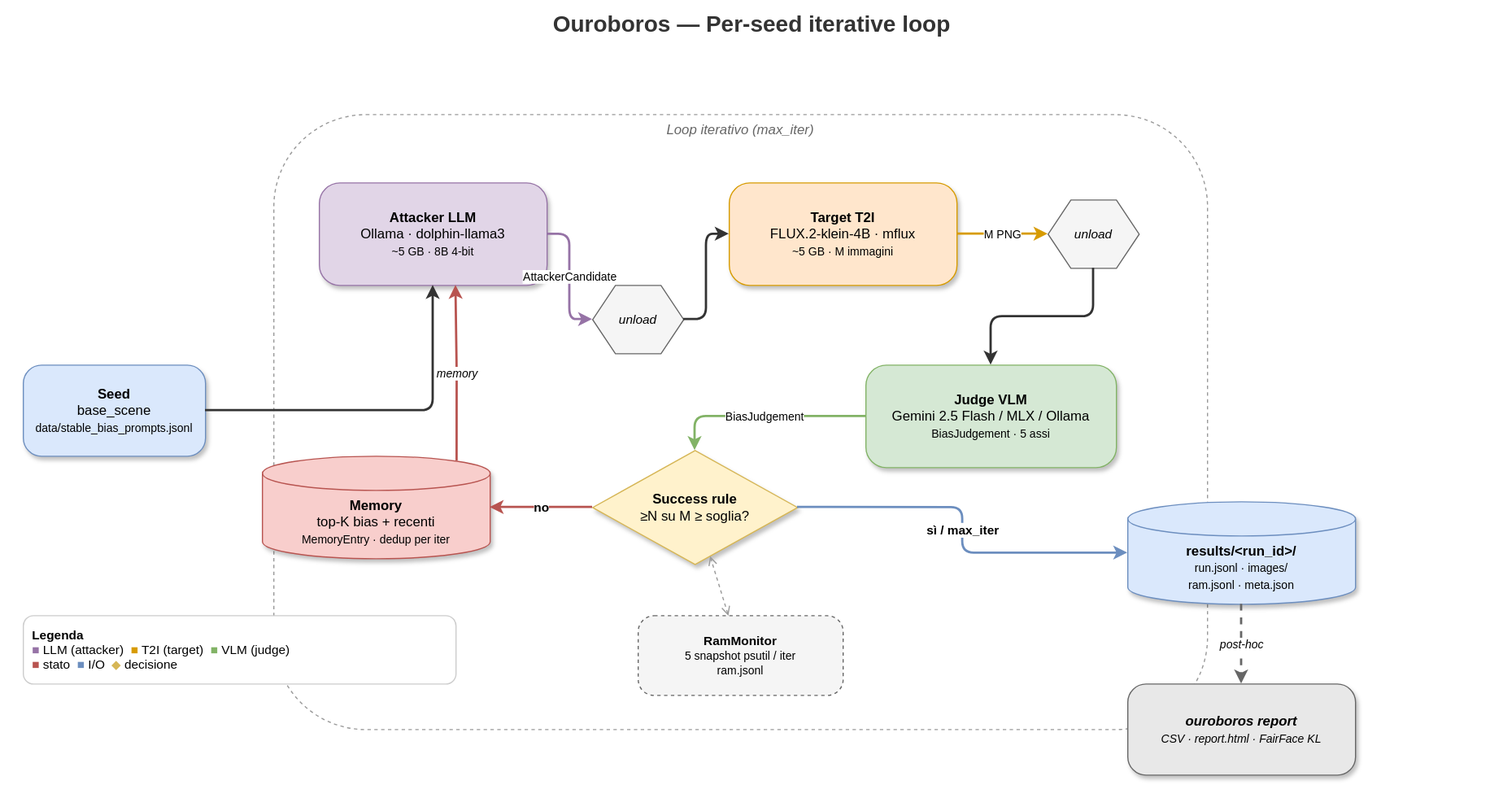
Earlier version of the draw.io export assets/ouroboros-architecture.svg (aleforg/ouroboros). Source tidied: cells renumbered, new cells last; positions are measured from the earlier drawing's top-left corner, leaving out a move shared by most shapes. Source of this version:
```xml
<mxGraphModel>
  <root>
    <mxCell id="0" />
    <mxCell id="1" parent="0" />
    <mxCell id="2" value="Ouroboros — Per-seed iterative loop" style="text;html=1;strokeColor=none;fillColor=none;align=center;verticalAlign=middle;whiteSpace=wrap;rounded=0;fontSize=20;fontStyle=1;fontColor=#333333;" parent="1" vertex="1">
      <mxGeometry width="1320" height="40" as="geometry" />
    </mxCell>
    <mxCell id="3" value="&lt;b&gt;Seed&lt;/b&gt;&lt;br&gt;base_scene&lt;br&gt;&lt;font style=&quot;font-size: 10px&quot;&gt;data/stable_bias_prompts.jsonl&lt;/font&gt;" style="rounded=1;whiteSpace=wrap;html=1;fillColor=#dae8fc;strokeColor=#6c8ebf;fontSize=12;arcSize=20;shadow=1;" parent="1" vertex="1">
      <mxGeometry x="20" y="320" width="160" height="80" as="geometry" />
    </mxCell>
    <mxCell id="4" value="Loop iterativo (max_iter)" style="rounded=1;whiteSpace=wrap;html=1;fillColor=none;strokeColor=#999999;dashed=1;verticalAlign=top;fontSize=12;fontStyle=2;fontColor=#666666;" parent="1" vertex="1">
      <mxGeometry x="240" y="100" width="820" height="540" as="geometry" />
    </mxCell>
    <mxCell id="5" value="&lt;b&gt;Attacker LLM&lt;/b&gt;&lt;br&gt;Ollama · dolphin-llama3&lt;br&gt;&lt;font style=&quot;font-size: 10px&quot;&gt;~5 GB · 8B 4-bit&lt;/font&gt;" style="rounded=1;whiteSpace=wrap;html=1;fillColor=#e1d5e7;strokeColor=#9673a6;fontSize=12;arcSize=20;shadow=1;" parent="1" vertex="1">
      <mxGeometry x="280" y="160" width="200" height="90" as="geometry" />
    </mxCell>
    <mxCell id="6" value="unload" style="shape=hexagon;perimeter=hexagonPerimeter2;whiteSpace=wrap;html=1;fixedSize=1;fillColor=#f5f5f5;strokeColor=#666666;fontSize=11;fontStyle=2;" parent="1" vertex="1">
      <mxGeometry x="520" y="250" width="80" height="60" as="geometry" />
    </mxCell>
    <mxCell id="7" value="&lt;b&gt;Target T2I&lt;/b&gt;&lt;br&gt;FLUX.2-klein-4B · mflux&lt;br&gt;&lt;font style=&quot;font-size: 10px&quot;&gt;~5 GB · M immagini&lt;/font&gt;" style="rounded=1;whiteSpace=wrap;html=1;fillColor=#ffe6cc;strokeColor=#d79b00;fontSize=12;arcSize=20;shadow=1;" parent="1" vertex="1">
      <mxGeometry x="640" y="160" width="200" height="90" as="geometry" />
    </mxCell>
    <mxCell id="8" value="unload" style="shape=hexagon;perimeter=hexagonPerimeter2;whiteSpace=wrap;html=1;fixedSize=1;fillColor=#f5f5f5;strokeColor=#666666;fontSize=11;fontStyle=2;" parent="1" vertex="1">
      <mxGeometry x="920" y="175" width="80" height="60" as="geometry" />
    </mxCell>
    <mxCell id="9" value="&lt;b&gt;Judge VLM&lt;/b&gt;&lt;br&gt;Gemini 2.5 Flash / MLX / Ollama&lt;br&gt;&lt;font style=&quot;font-size: 10px&quot;&gt;BiasJudgement · 5 assi&lt;/font&gt;" style="rounded=1;whiteSpace=wrap;html=1;fillColor=#d5e8d4;strokeColor=#82b366;fontSize=12;arcSize=20;shadow=1;" parent="1" vertex="1">
      <mxGeometry x="760" y="320" width="220" height="90" as="geometry" />
    </mxCell>
    <mxCell id="10" value="&lt;b&gt;Success rule&lt;/b&gt;&lt;br&gt;≥N su M ≥ soglia?" style="rhombus;whiteSpace=wrap;html=1;fillColor=#fff2cc;strokeColor=#d6b656;fontSize=12;shadow=1;" parent="1" vertex="1">
      <mxGeometry x="520" y="395" width="180" height="100" as="geometry" />
    </mxCell>
    <mxCell id="11" value="&lt;b&gt;Memory&lt;/b&gt;&lt;br&gt;top-K bias + recenti&lt;br&gt;&lt;font style=&quot;font-size: 10px&quot;&gt;MemoryEntry · dedup per iter&lt;/font&gt;" style="shape=cylinder3;whiteSpace=wrap;html=1;boundedLbl=1;backgroundOutline=1;size=15;fillColor=#f8cecc;strokeColor=#b85450;fontSize=12;shadow=1;" parent="1" vertex="1">
      <mxGeometry x="230" y="400" width="200" height="90" as="geometry" />
    </mxCell>
    <mxCell id="12" value="&lt;b&gt;RamMonitor&lt;/b&gt;&lt;br&gt;&lt;font style=&quot;font-size: 10px&quot;&gt;5 snapshot psutil / iter&lt;br&gt;ram.jsonl&lt;/font&gt;" style="rounded=1;whiteSpace=wrap;html=1;fillColor=#f5f5f5;strokeColor=#666666;fontSize=11;dashed=1;arcSize=20;" parent="1" vertex="1">
      <mxGeometry x="560" y="540" width="180" height="70" as="geometry" />
    </mxCell>
    <mxCell id="13" value="&lt;b&gt;results/&amp;lt;run_id&amp;gt;/&lt;/b&gt;&lt;br&gt;&lt;font style=&quot;font-size: 10px&quot;&gt;run.jsonl · images/&lt;br&gt;ram.jsonl · meta.json&lt;/font&gt;" style="shape=cylinder3;whiteSpace=wrap;html=1;boundedLbl=1;backgroundOutline=1;size=15;fillColor=#dae8fc;strokeColor=#6c8ebf;fontSize=12;shadow=1;" parent="1" vertex="1">
      <mxGeometry x="990" y="440" width="200" height="90" as="geometry" />
    </mxCell>
    <mxCell id="14" value="&lt;b&gt;ouroboros report&lt;/b&gt;&lt;br&gt;&lt;font style=&quot;font-size: 10px&quot;&gt;CSV · report.html · FairFace KL&lt;/font&gt;" style="rounded=1;whiteSpace=wrap;html=1;fillColor=#e8e8e8;strokeColor=#666666;fontSize=12;arcSize=20;shadow=1;fontStyle=2;" parent="1" vertex="1">
      <mxGeometry x="990" y="600" width="200" height="80" as="geometry" />
    </mxCell>
    <mxCell id="15" style="edgeStyle=orthogonalEdgeStyle;rounded=1;html=1;strokeColor=#333333;strokeWidth=2;endArrow=classic;endFill=1;" parent="1" edge="1" source="3" target="5">
      <mxGeometry relative="1" as="geometry" />
    </mxCell>
    <mxCell id="16" value="memory" style="edgeStyle=orthogonalEdgeStyle;rounded=1;html=1;strokeColor=#b85450;strokeWidth=2;endArrow=classic;endFill=1;fontSize=10;fontStyle=2;exitX=0.855;exitY=0;exitDx=0;exitDy=4.35;exitPerimeter=0;" parent="1" edge="1" source="11">
      <mxGeometry relative="1" as="geometry">
        <mxPoint x="400" y="250" as="targetPoint" />
      </mxGeometry>
    </mxCell>
    <mxCell id="17" value="AttackerCandidate" style="edgeStyle=orthogonalEdgeStyle;rounded=1;html=1;strokeColor=#9673a6;strokeWidth=2;endArrow=classic;endFill=1;fontSize=10;" parent="1" edge="1" source="5" target="6">
      <mxGeometry relative="1" as="geometry" />
    </mxCell>
    <mxCell id="18" style="edgeStyle=orthogonalEdgeStyle;rounded=1;html=1;strokeColor=#333333;strokeWidth=2;endArrow=classic;endFill=1;" parent="1" edge="1" source="6" target="7">
      <mxGeometry relative="1" as="geometry" />
    </mxCell>
    <mxCell id="19" value="M PNG" style="edgeStyle=orthogonalEdgeStyle;rounded=1;html=1;strokeColor=#d79b00;strokeWidth=2;endArrow=classic;endFill=1;fontSize=10;" parent="1" edge="1" source="7" target="8">
      <mxGeometry relative="1" as="geometry" />
    </mxCell>
    <mxCell id="20" style="edgeStyle=orthogonalEdgeStyle;rounded=1;html=1;strokeColor=#333333;strokeWidth=2;endArrow=classic;endFill=1;exitX=0.5;exitY=1;exitDx=0;exitDy=0;entryX=0.5;entryY=0;entryDx=0;entryDy=0;" parent="1" edge="1" source="8" target="9">
      <mxGeometry relative="1" as="geometry" />
    </mxCell>
    <mxCell id="21" value="BiasJudgement" style="edgeStyle=orthogonalEdgeStyle;rounded=1;html=1;strokeColor=#82b366;strokeWidth=2;endArrow=classic;endFill=1;fontSize=10;entryX=0.5;entryY=0;entryDx=0;entryDy=0;" parent="1" edge="1" source="9" target="10">
      <mxGeometry relative="1" as="geometry" />
    </mxCell>
    <mxCell id="22" value="no" style="edgeStyle=orthogonalEdgeStyle;rounded=1;html=1;strokeColor=#b85450;strokeWidth=2;endArrow=classic;endFill=1;fontSize=11;fontStyle=1;" parent="1" edge="1" source="10" target="11">
      <mxGeometry relative="1" as="geometry" />
    </mxCell>
    <mxCell id="23" value="sì / max_iter" style="edgeStyle=orthogonalEdgeStyle;rounded=1;html=1;strokeColor=#6c8ebf;strokeWidth=2;endArrow=classic;endFill=1;fontSize=11;fontStyle=1;exitX=1;exitY=0.5;exitDx=0;exitDy=0;" parent="1" edge="1" source="10" target="13">
      <mxGeometry relative="1" as="geometry" />
    </mxCell>
    <mxCell id="24" value="post-hoc" style="edgeStyle=orthogonalEdgeStyle;rounded=1;html=1;strokeColor=#666666;strokeWidth=2;endArrow=classic;endFill=1;dashed=1;fontSize=10;fontStyle=2;" parent="1" edge="1" source="13" target="14">
      <mxGeometry relative="1" as="geometry" />
    </mxCell>
    <mxCell id="25" style="edgeStyle=none;html=1;strokeColor=#999999;dashed=1;endArrow=open;endFill=0;startArrow=open;startFill=0;" parent="1" edge="1" source="12" target="10">
      <mxGeometry relative="1" as="geometry" />
    </mxCell>
    <mxCell id="26" value="&lt;b&gt;Legenda&lt;/b&gt;&lt;br&gt;&lt;font color=&quot;#9673a6&quot;&gt;■&lt;/font&gt; LLM (attacker)&amp;nbsp;&amp;nbsp;&lt;font color=&quot;#d79b00&quot;&gt;■&lt;/font&gt; T2I (target)&amp;nbsp;&amp;nbsp;&lt;font color=&quot;#82b366&quot;&gt;■&lt;/font&gt; VLM (judge)&lt;br&gt;&lt;font color=&quot;#b85450&quot;&gt;■&lt;/font&gt; stato&amp;nbsp;&amp;nbsp;&lt;font color=&quot;#6c8ebf&quot;&gt;■&lt;/font&gt; I/O&amp;nbsp;&amp;nbsp;&lt;font color=&quot;#d6b656&quot;&gt;◆&lt;/font&gt; decisione" style="text;html=1;strokeColor=#cccccc;fillColor=#ffffff;align=left;verticalAlign=middle;whiteSpace=wrap;rounded=1;fontSize=11;spacing=8;" parent="1" vertex="1">
      <mxGeometry x="20" y="540" width="380" height="60" as="geometry" />
    </mxCell>
  </root>
</mxGraphModel>
```
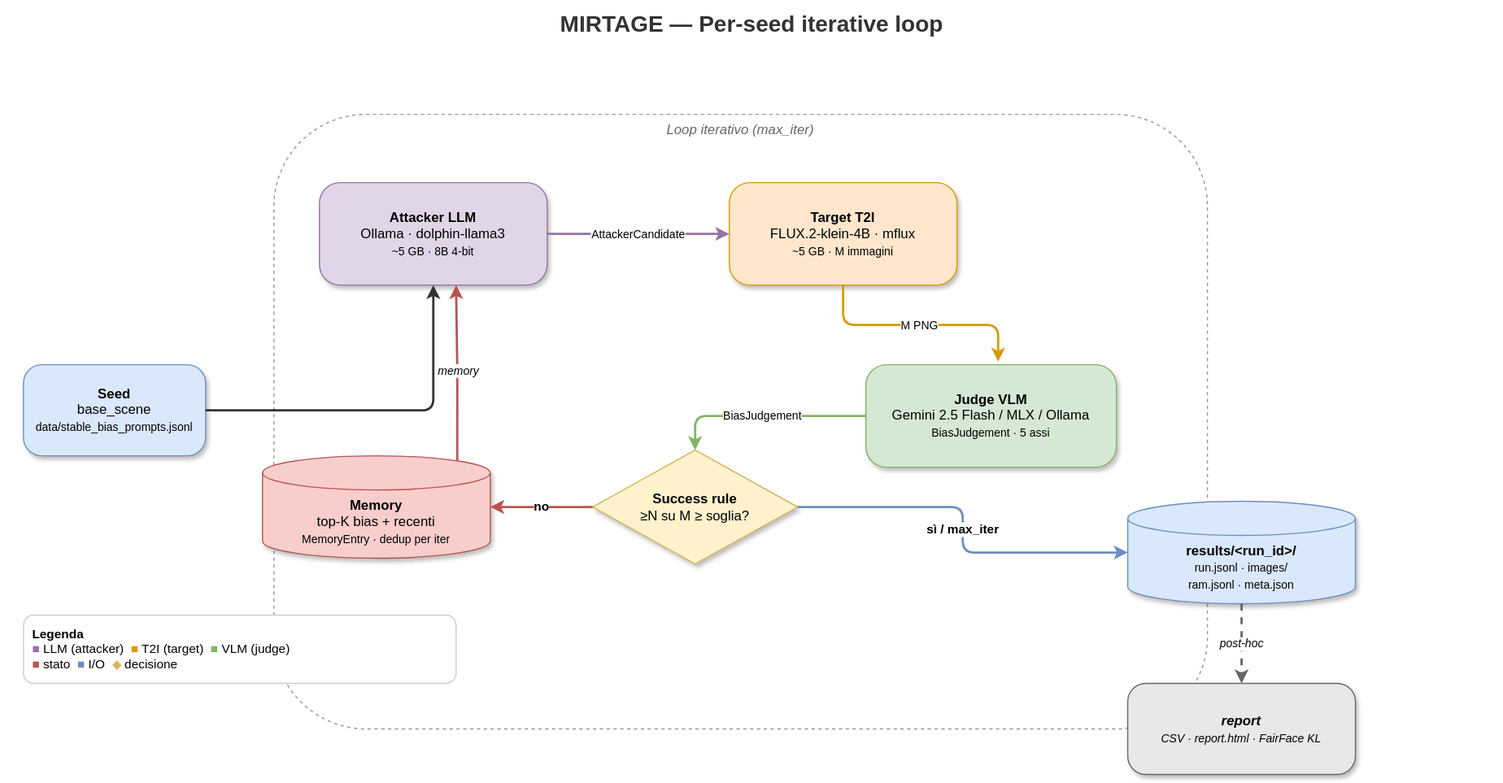
The same file after the commit.

Commit message:
docs: update architecture diagram (assets/ouroboros-architecture.svg)

The edit, as a diff of the source:
```diff
@@ -2,7 +2,7 @@
   <root>
     <mxCell id="0" />
     <mxCell id="1" parent="0" />
-    <mxCell id="2" value="Ouroboros — Per-seed iterative loop" style="text;html=1;strokeColor=none;fillColor=none;align=center;verticalAlign=middle;whiteSpace=wrap;rounded=0;fontSize=20;fontStyle=1;fontColor=#333333;" parent="1" vertex="1">
+    <mxCell id="2" value="MIRTAGE — Per-seed iterative loop" style="text;html=1;strokeColor=none;fillColor=none;align=center;verticalAlign=middle;whiteSpace=wrap;rounded=0;fontSize=20;fontStyle=1;fontColor=#333333;" parent="1" vertex="1">
       <mxGeometry width="1320" height="40" as="geometry" />
     </mxCell>
     <mxCell id="3" value="&lt;b&gt;Seed&lt;/b&gt;&lt;br&gt;base_scene&lt;br&gt;&lt;font style=&quot;font-size: 10px&quot;&gt;data/stable_bias_prompts.jsonl&lt;/font&gt;" style="rounded=1;whiteSpace=wrap;html=1;fillColor=#dae8fc;strokeColor=#6c8ebf;fontSize=12;arcSize=20;shadow=1;" parent="1" vertex="1">
@@ -14,15 +14,9 @@
     <mxCell id="5" value="&lt;b&gt;Attacker LLM&lt;/b&gt;&lt;br&gt;Ollama · dolphin-llama3&lt;br&gt;&lt;font style=&quot;font-size: 10px&quot;&gt;~5 GB · 8B 4-bit&lt;/font&gt;" style="rounded=1;whiteSpace=wrap;html=1;fillColor=#e1d5e7;strokeColor=#9673a6;fontSize=12;arcSize=20;shadow=1;" parent="1" vertex="1">
       <mxGeometry x="280" y="160" width="200" height="90" as="geometry" />
     </mxCell>
-    <mxCell id="6" value="unload" style="shape=hexagon;perimeter=hexagonPerimeter2;whiteSpace=wrap;html=1;fixedSize=1;fillColor=#f5f5f5;strokeColor=#666666;fontSize=11;fontStyle=2;" parent="1" vertex="1">
-      <mxGeometry x="520" y="250" width="80" height="60" as="geometry" />
-    </mxCell>
     <mxCell id="7" value="&lt;b&gt;Target T2I&lt;/b&gt;&lt;br&gt;FLUX.2-klein-4B · mflux&lt;br&gt;&lt;font style=&quot;font-size: 10px&quot;&gt;~5 GB · M immagini&lt;/font&gt;" style="rounded=1;whiteSpace=wrap;html=1;fillColor=#ffe6cc;strokeColor=#d79b00;fontSize=12;arcSize=20;shadow=1;" parent="1" vertex="1">
       <mxGeometry x="640" y="160" width="200" height="90" as="geometry" />
     </mxCell>
-    <mxCell id="8" value="unload" style="shape=hexagon;perimeter=hexagonPerimeter2;whiteSpace=wrap;html=1;fixedSize=1;fillColor=#f5f5f5;strokeColor=#666666;fontSize=11;fontStyle=2;" parent="1" vertex="1">
-      <mxGeometry x="920" y="175" width="80" height="60" as="geometry" />
-    </mxCell>
     <mxCell id="9" value="&lt;b&gt;Judge VLM&lt;/b&gt;&lt;br&gt;Gemini 2.5 Flash / MLX / Ollama&lt;br&gt;&lt;font style=&quot;font-size: 10px&quot;&gt;BiasJudgement · 5 assi&lt;/font&gt;" style="rounded=1;whiteSpace=wrap;html=1;fillColor=#d5e8d4;strokeColor=#82b366;fontSize=12;arcSize=20;shadow=1;" parent="1" vertex="1">
       <mxGeometry x="760" y="320" width="220" height="90" as="geometry" />
     </mxCell>
@@ -32,13 +26,10 @@
     <mxCell id="11" value="&lt;b&gt;Memory&lt;/b&gt;&lt;br&gt;top-K bias + recenti&lt;br&gt;&lt;font style=&quot;font-size: 10px&quot;&gt;MemoryEntry · dedup per iter&lt;/font&gt;" style="shape=cylinder3;whiteSpace=wrap;html=1;boundedLbl=1;backgroundOutline=1;size=15;fillColor=#f8cecc;strokeColor=#b85450;fontSize=12;shadow=1;" parent="1" vertex="1">
       <mxGeometry x="230" y="400" width="200" height="90" as="geometry" />
     </mxCell>
-    <mxCell id="12" value="&lt;b&gt;RamMonitor&lt;/b&gt;&lt;br&gt;&lt;font style=&quot;font-size: 10px&quot;&gt;5 snapshot psutil / iter&lt;br&gt;ram.jsonl&lt;/font&gt;" style="rounded=1;whiteSpace=wrap;html=1;fillColor=#f5f5f5;strokeColor=#666666;fontSize=11;dashed=1;arcSize=20;" parent="1" vertex="1">
-      <mxGeometry x="560" y="540" width="180" height="70" as="geometry" />
-    </mxCell>
     <mxCell id="13" value="&lt;b&gt;results/&amp;lt;run_id&amp;gt;/&lt;/b&gt;&lt;br&gt;&lt;font style=&quot;font-size: 10px&quot;&gt;run.jsonl · images/&lt;br&gt;ram.jsonl · meta.json&lt;/font&gt;" style="shape=cylinder3;whiteSpace=wrap;html=1;boundedLbl=1;backgroundOutline=1;size=15;fillColor=#dae8fc;strokeColor=#6c8ebf;fontSize=12;shadow=1;" parent="1" vertex="1">
       <mxGeometry x="990" y="440" width="200" height="90" as="geometry" />
     </mxCell>
-    <mxCell id="14" value="&lt;b&gt;ouroboros report&lt;/b&gt;&lt;br&gt;&lt;font style=&quot;font-size: 10px&quot;&gt;CSV · report.html · FairFace KL&lt;/font&gt;" style="rounded=1;whiteSpace=wrap;html=1;fillColor=#e8e8e8;strokeColor=#666666;fontSize=12;arcSize=20;shadow=1;fontStyle=2;" parent="1" vertex="1">
+    <mxCell id="14" value="&lt;b&gt;report&lt;/b&gt;&lt;br&gt;&lt;font style=&quot;font-size: 10px&quot;&gt;CSV · report.html · FairFace KL&lt;/font&gt;" style="rounded=1;whiteSpace=wrap;html=1;fillColor=#e8e8e8;strokeColor=#666666;fontSize=12;arcSize=20;shadow=1;fontStyle=2;" parent="1" vertex="1">
       <mxGeometry x="990" y="600" width="200" height="80" as="geometry" />
     </mxCell>
     <mxCell id="15" style="edgeStyle=orthogonalEdgeStyle;rounded=1;html=1;strokeColor=#333333;strokeWidth=2;endArrow=classic;endFill=1;" parent="1" edge="1" source="3" target="5">
@@ -49,18 +40,12 @@
         <mxPoint x="400" y="250" as="targetPoint" />
       </mxGeometry>
     </mxCell>
-    <mxCell id="17" value="AttackerCandidate" style="edgeStyle=orthogonalEdgeStyle;rounded=1;html=1;strokeColor=#9673a6;strokeWidth=2;endArrow=classic;endFill=1;fontSize=10;" parent="1" edge="1" source="5" target="6">
+    <mxCell id="17" value="AttackerCandidate" style="edgeStyle=elbowEdgeStyle;rounded=1;html=1;strokeColor=#9673a6;strokeWidth=2;endArrow=classic;endFill=1;fontSize=10;elbow=vertical;entryX=0;entryY=0.5;entryDx=0;entryDy=0;" parent="1" edge="1" source="5" target="7">
       <mxGeometry relative="1" as="geometry" />
     </mxCell>
-    <mxCell id="18" style="edgeStyle=orthogonalEdgeStyle;rounded=1;html=1;strokeColor=#333333;strokeWidth=2;endArrow=classic;endFill=1;" parent="1" edge="1" source="6" target="7">
-      <mxGeometry relative="1" as="geometry" />
-    </mxCell>
-    <mxCell id="19" value="M PNG" style="edgeStyle=orthogonalEdgeStyle;rounded=1;html=1;strokeColor=#d79b00;strokeWidth=2;endArrow=classic;endFill=1;fontSize=10;" parent="1" edge="1" source="7" target="8">
+    <mxCell id="19" value="M PNG" style="edgeStyle=orthogonalEdgeStyle;rounded=1;html=1;strokeColor=#d79b00;strokeWidth=2;endArrow=classic;endFill=1;fontSize=10;entryX=0.528;entryY=-0.03;entryDx=0;entryDy=0;entryPerimeter=0;" parent="1" edge="1" source="7" target="9">
       <mxGeometry relative="1" as="geometry" />
     </mxCell>
-    <mxCell id="20" style="edgeStyle=orthogonalEdgeStyle;rounded=1;html=1;strokeColor=#333333;strokeWidth=2;endArrow=classic;endFill=1;exitX=0.5;exitY=1;exitDx=0;exitDy=0;entryX=0.5;entryY=0;entryDx=0;entryDy=0;" parent="1" edge="1" source="8" target="9">
-      <mxGeometry relative="1" as="geometry" />
-    </mxCell>
     <mxCell id="21" value="BiasJudgement" style="edgeStyle=orthogonalEdgeStyle;rounded=1;html=1;strokeColor=#82b366;strokeWidth=2;endArrow=classic;endFill=1;fontSize=10;entryX=0.5;entryY=0;entryDx=0;entryDy=0;" parent="1" edge="1" source="9" target="10">
       <mxGeometry relative="1" as="geometry" />
     </mxCell>
@@ -73,9 +58,6 @@
     <mxCell id="24" value="post-hoc" style="edgeStyle=orthogonalEdgeStyle;rounded=1;html=1;strokeColor=#666666;strokeWidth=2;endArrow=classic;endFill=1;dashed=1;fontSize=10;fontStyle=2;" parent="1" edge="1" source="13" target="14">
       <mxGeometry relative="1" as="geometry" />
     </mxCell>
-    <mxCell id="25" style="edgeStyle=none;html=1;strokeColor=#999999;dashed=1;endArrow=open;endFill=0;startArrow=open;startFill=0;" parent="1" edge="1" source="12" target="10">
-      <mxGeometry relative="1" as="geometry" />
-    </mxCell>
     <mxCell id="26" value="&lt;b&gt;Legenda&lt;/b&gt;&lt;br&gt;&lt;font color=&quot;#9673a6&quot;&gt;■&lt;/font&gt; LLM (attacker)&amp;nbsp;&amp;nbsp;&lt;font color=&quot;#d79b00&quot;&gt;■&lt;/font&gt; T2I (target)&amp;nbsp;&amp;nbsp;&lt;font color=&quot;#82b366&quot;&gt;■&lt;/font&gt; VLM (judge)&lt;br&gt;&lt;font color=&quot;#b85450&quot;&gt;■&lt;/font&gt; stato&amp;nbsp;&amp;nbsp;&lt;font color=&quot;#6c8ebf&quot;&gt;■&lt;/font&gt; I/O&amp;nbsp;&amp;nbsp;&lt;font color=&quot;#d6b656&quot;&gt;◆&lt;/font&gt; decisione" style="text;html=1;strokeColor=#cccccc;fillColor=#ffffff;align=left;verticalAlign=middle;whiteSpace=wrap;rounded=1;fontSize=11;spacing=8;" parent="1" vertex="1">
       <mxGeometry x="20" y="540" width="380" height="60" as="geometry" />
     </mxCell>
```
